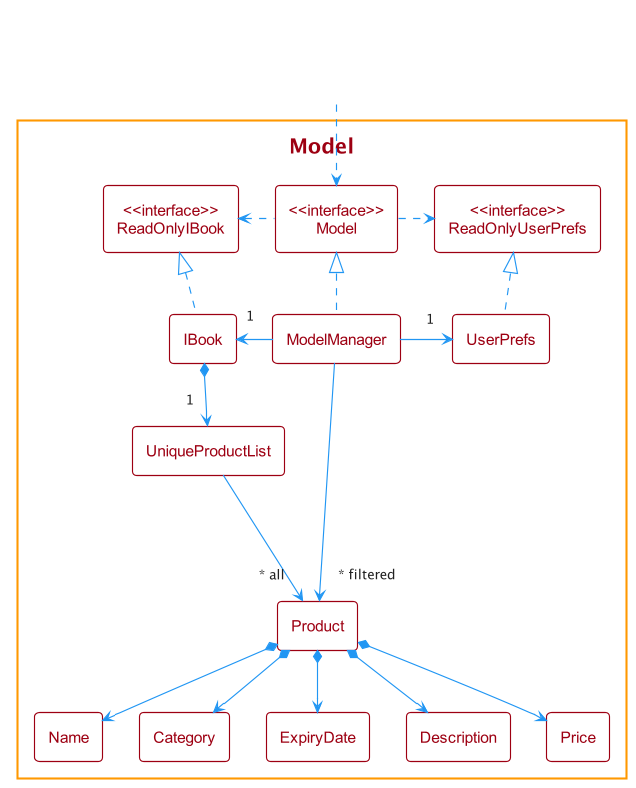
This is docs/images/ModelClassDiagram.png from nus-cs2103-AY2122S2/tp, a PlantUML export, as it was before one commit. Source of this version:
```plantuml
@startuml
!include style.puml

!$theme_color = MODEL_COLOR

skinparam TitleFontColor $theme_color
skinparam Class {
    FontColor $theme_color
    StereotypeFontColor $theme_color
    BorderColor $theme_color
    FontColor<<Hidden>> #FFFFFF
    StereotypeFontColor<<Hidden>> #FFFFFF
    BorderColor<<Hidden>> #FFFFFF
}

package Model {
    class "<<interface>>\nReadOnlyIBook" as ReadOnlyIBook
    class "<<interface>>\nModel" as Model
    class "<<interface>>\nReadOnlyUserPrefs" as ReadOnlyUserPrefs

    class IBook
    class ModelManager
    class UserPrefs

    class UniqueProductList
    class Product
    class Name
    class Category
    class ExpiryDate
    class Description
    class Price
}

class HiddenOutside <<Hidden>>
HiddenOutside ..> Model

IBook .up.|> ReadOnlyIBook
ModelManager .up.|> Model
UserPrefs .up.|> ReadOnlyUserPrefs

Model .left.> ReadOnlyIBook
Model .right.> ReadOnlyUserPrefs
ModelManager -left-> "1" IBook
ModelManager -right-> "1" UserPrefs

IBook *--> "1" UniqueProductList
UniqueProductList ---> "~* all" Product

Product *--> Name
Product *--> Category
Product *--> ExpiryDate
Product *--> Description
Product *--> Price

ModelManager -->"~* filtered" Product
@enduml
```
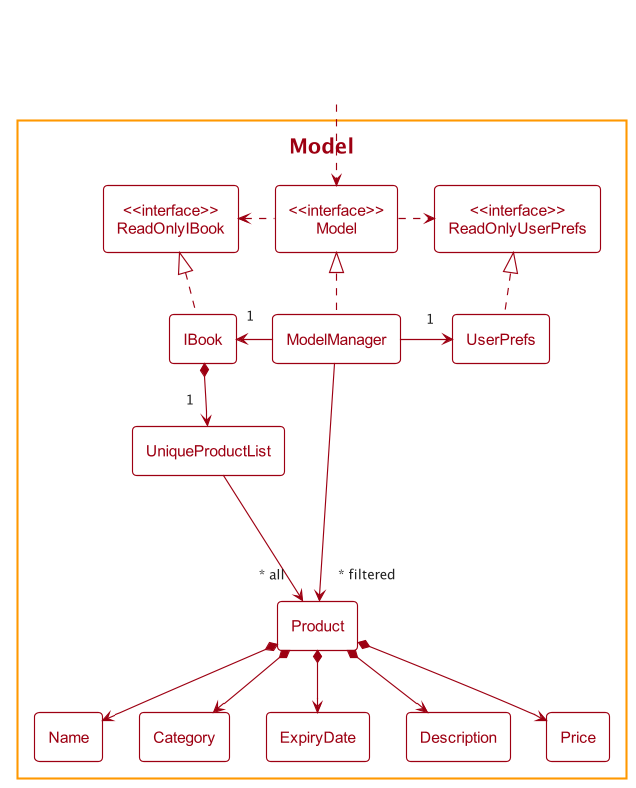
The same diagram one commit later.

Diff of the diagram source:
```diff
@@ -1,17 +1,7 @@
 @startuml
 !include style.puml
 
-!$theme_color = MODEL_COLOR
-
-skinparam TitleFontColor $theme_color
-skinparam Class {
-    FontColor $theme_color
-    StereotypeFontColor $theme_color
-    BorderColor $theme_color
-    FontColor<<Hidden>> #FFFFFF
-    StereotypeFontColor<<Hidden>> #FFFFFF
-    BorderColor<<Hidden>> #FFFFFF
-}
+$OverrideTheme(MODEL_COLOR)
 
 package Model {
     class "<<interface>>\nReadOnlyIBook" as ReadOnlyIBook
```
